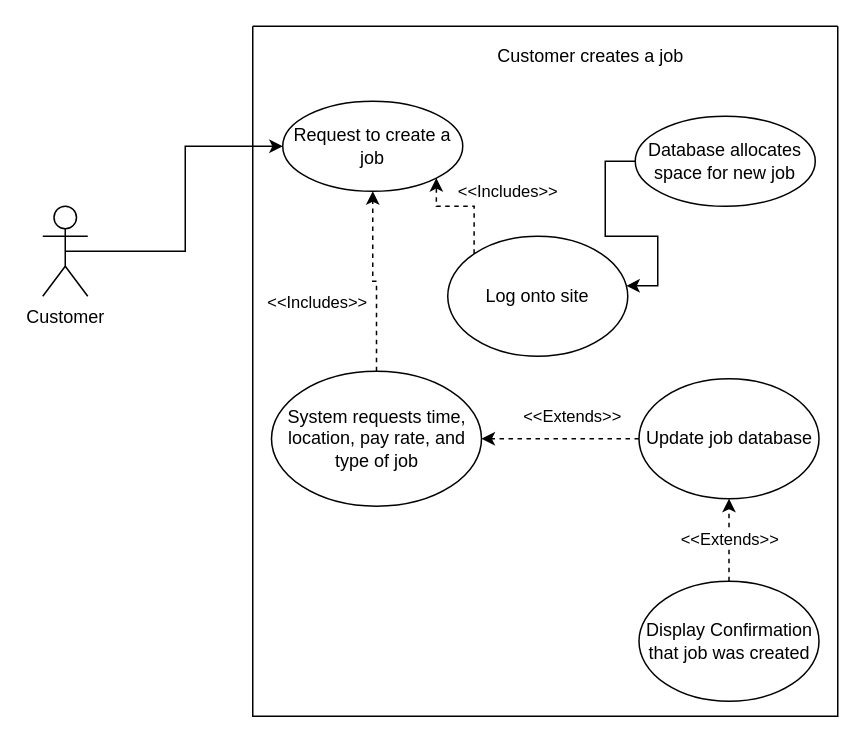
jdasnake81/cs3450-UseCaseDiagrams keeps this draw.io diagram as page "Customer creates job" (2 of 7) of Untitled Diagram.drawio. Above is the earlier version. Source tidied: cells renumbered, new cells numbered last; positions are measured from the earlier drawing's top-left corner, leaving out a move shared by most shapes. Both pictures are drawn from the tidied source at 150%, with x=0, y=0 at pixel (42, 26).
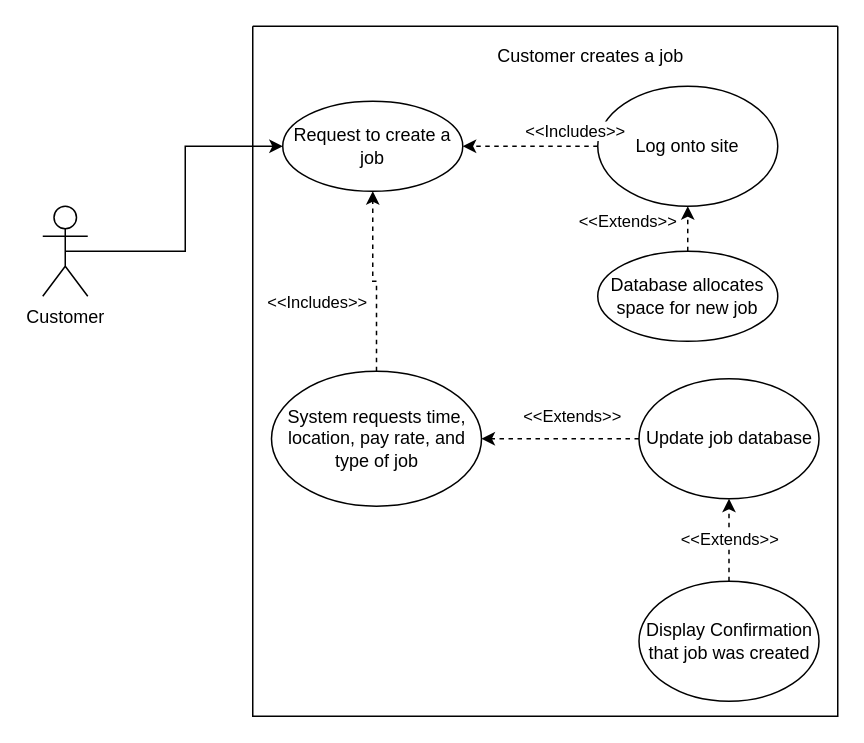
The same page after the edit.

Change to the diagram source:
```diff
@@
 <mxGraphModel>
   <root>
     <mxCell id="0" />
     <mxCell id="1" parent="0" />
     <mxCell id="2" style="edgeStyle=orthogonalEdgeStyle;rounded=0;jettySize=auto;html=1;exitX=0.5;exitY=0.5;exitDx=0;exitDy=0;exitPerimeter=0;entryX=0;entryY=0.5;entryDx=0;entryDy=0;" parent="1" edge="1" source="3" target="4">
       <mxGeometry relative="1" as="geometry" />
     </mxCell>
     <mxCell id="3" value="Customer" style="shape=umlActor;verticalLabelPosition=bottom;verticalAlign=top;html=1;" parent="1" vertex="1">
       <mxGeometry y="120" width="30" height="60" as="geometry" />
     </mxCell>
     <mxCell id="4" value="Request to create a job" style="ellipse;whiteSpace=wrap;html=1;verticalAlign=middle;" parent="1" vertex="1">
       <mxGeometry x="160" y="50" width="120" height="60" as="geometry" />
     </mxCell>
     <mxCell id="5" value="&amp;lt;&amp;lt;Includes&amp;gt;&amp;gt;" style="edgeStyle=orthogonalEdgeStyle;rounded=0;jettySize=auto;html=1;exitX=0.5;exitY=0;exitDx=0;exitDy=0;entryX=0.5;entryY=1;entryDx=0;entryDy=0;dashed=1;" parent="1" edge="1" source="9" target="4">
       <mxGeometry x="-0.25" y="40" relative="1" as="geometry" />
     </mxCell>
     <mxCell id="6" style="swimlane;startSize=0;" parent="1" vertex="1">
       <mxGeometry x="140" width="390" height="460" as="geometry" />
     </mxCell>
     <mxCell id="7" value="Customer creates a job" style="text;html=1;align=center;verticalAlign=middle;strokeColor=none;fillColor=none;" parent="6" vertex="1">
       <mxGeometry x="155" y="10" width="140" height="20" as="geometry" />
     </mxCell>
     <mxCell id="8" value="Log onto site" style="ellipse;whiteSpace=wrap;html=1;" parent="6" vertex="1">
-      <mxGeometry x="130" y="140" width="120" height="80" as="geometry" />
+      <mxGeometry x="230" y="40" width="120" height="80" as="geometry" />
     </mxCell>
     <mxCell id="9" value="System requests time, location, pay rate, and type of job" style="ellipse;whiteSpace=wrap;html=1;verticalAlign=middle;" parent="6" vertex="1">
       <mxGeometry x="12.5" y="230" width="140" height="90" as="geometry" />
     </mxCell>
     <mxCell id="10" value="&amp;lt;&amp;lt;Extends&amp;gt;&amp;gt;" style="edgeStyle=orthogonalEdgeStyle;rounded=0;jettySize=auto;html=1;exitX=0;exitY=0.5;exitDx=0;exitDy=0;entryX=1;entryY=0.5;entryDx=0;entryDy=0;dashed=1;" parent="6" edge="1" source="11" target="9">
       <mxGeometry x="-0.14" y="-15" relative="1" as="geometry" />
     </mxCell>
     <mxCell id="11" value="Update job database" style="ellipse;whiteSpace=wrap;html=1;" parent="6" vertex="1">
       <mxGeometry x="257.5" y="235" width="120" height="80" as="geometry" />
     </mxCell>
     <mxCell id="12" value="&amp;lt;&amp;lt;Extends&amp;gt;&amp;gt;" style="edgeStyle=orthogonalEdgeStyle;rounded=0;jettySize=auto;html=1;exitX=0.5;exitY=0;exitDx=0;exitDy=0;entryX=0.5;entryY=1;entryDx=0;entryDy=0;dashed=1;" parent="6" edge="1" source="13" target="11">
       <mxGeometry relative="1" as="geometry">
         <Array as="points">
           <mxPoint x="317.5" y="350" />
           <mxPoint x="317.5" y="350" />
         </Array>
       </mxGeometry>
     </mxCell>
     <mxCell id="13" value="Display Confirmation that job was created" style="ellipse;whiteSpace=wrap;html=1;" parent="6" vertex="1">
       <mxGeometry x="257.5" y="370" width="120" height="80" as="geometry" />
     </mxCell>
-    <mxCell id="14" style="edgeStyle=orthogonalEdgeStyle;rounded=0;jettySize=auto;html=1;exitX=0;exitY=0.5;exitDx=0;exitDy=0;entryX=0.992;entryY=0.413;entryDx=0;entryDy=0;entryPerimeter=0;" parent="6" edge="1" source="15" target="8">
-      <mxGeometry relative="1" as="geometry" />
+    <mxCell id="14" value="&amp;lt;&amp;lt;Extends&amp;gt;&amp;gt;" style="edgeStyle=orthogonalEdgeStyle;rounded=0;jettySize=auto;html=1;exitX=0.5;exitY=0;exitDx=0;exitDy=0;entryX=0.5;entryY=1;entryDx=0;entryDy=0;dashed=1;" parent="6" edge="1" source="15" target="8">
+      <mxGeometry x="0.33" y="40" relative="1" as="geometry" />
     </mxCell>
     <mxCell id="15" value="Database allocates space for new job" style="ellipse;whiteSpace=wrap;html=1;" parent="6" vertex="1">
-      <mxGeometry x="255" y="60" width="120" height="60" as="geometry" />
+      <mxGeometry x="230" y="150" width="120" height="60" as="geometry" />
     </mxCell>
-    <mxCell id="16" value="&amp;lt;&amp;lt;Includes&amp;gt;&amp;gt;" style="edgeStyle=orthogonalEdgeStyle;rounded=0;jettySize=auto;html=1;exitX=0;exitY=0;exitDx=0;exitDy=0;entryX=1;entryY=1;entryDx=0;entryDy=0;dashed=1;" parent="1" edge="1" source="8" target="4">
+    <mxCell id="16" value="&amp;lt;&amp;lt;Includes&amp;gt;&amp;gt;" style="edgeStyle=orthogonalEdgeStyle;rounded=0;jettySize=auto;html=1;exitX=0;exitY=0.5;exitDx=0;exitDy=0;entryX=1;entryY=0.5;entryDx=0;entryDy=0;dashed=1;" parent="1" edge="1" source="8" target="4">
       <mxGeometry x="-0.16" y="-25" relative="1" as="geometry">
         <mxPoint x="23" y="15" as="offset" />
       </mxGeometry>
     </mxCell>
   </root>
 </mxGraphModel>
```
